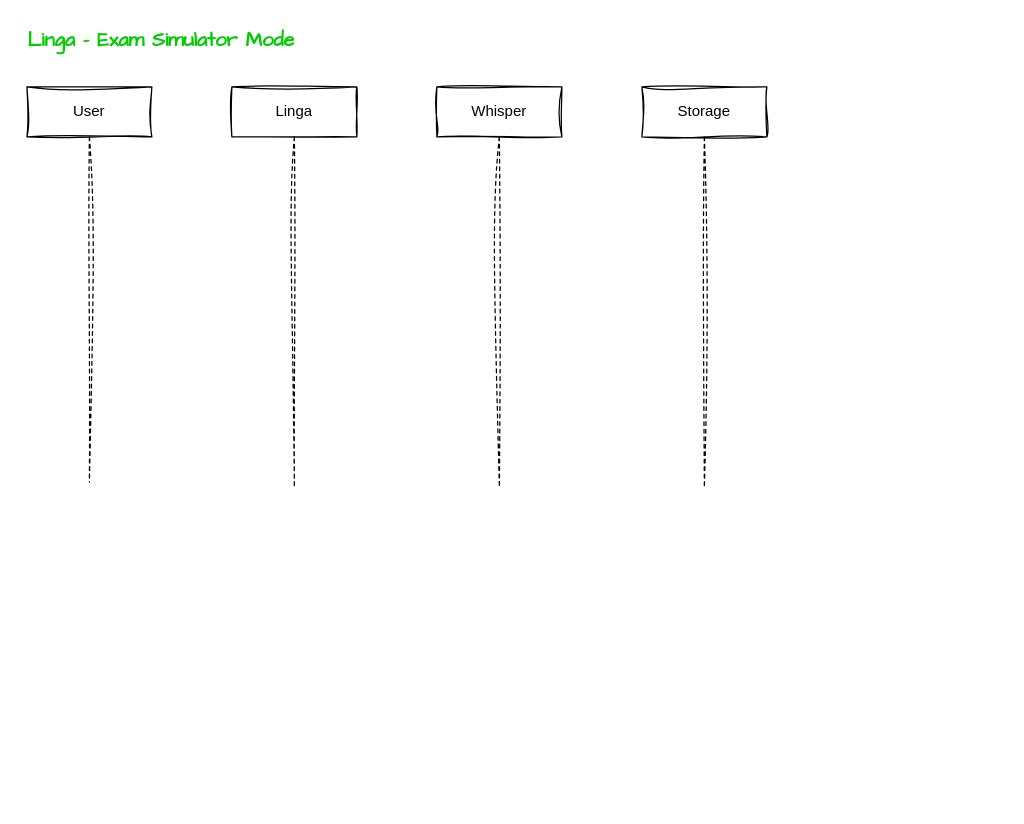
The draw.io diagram page "Exam Simulator Mode" (5 of 5) of docs/charts/system.drawio in dimastatz/linga, before the edit. Source tidied: cells renumbered, new cells numbered last; positions are measured from the earlier drawing's top-left corner, leaving out a move shared by most shapes. Both pictures are drawn from the tidied source at 125%, with x=0, y=0 at pixel (21, 21).
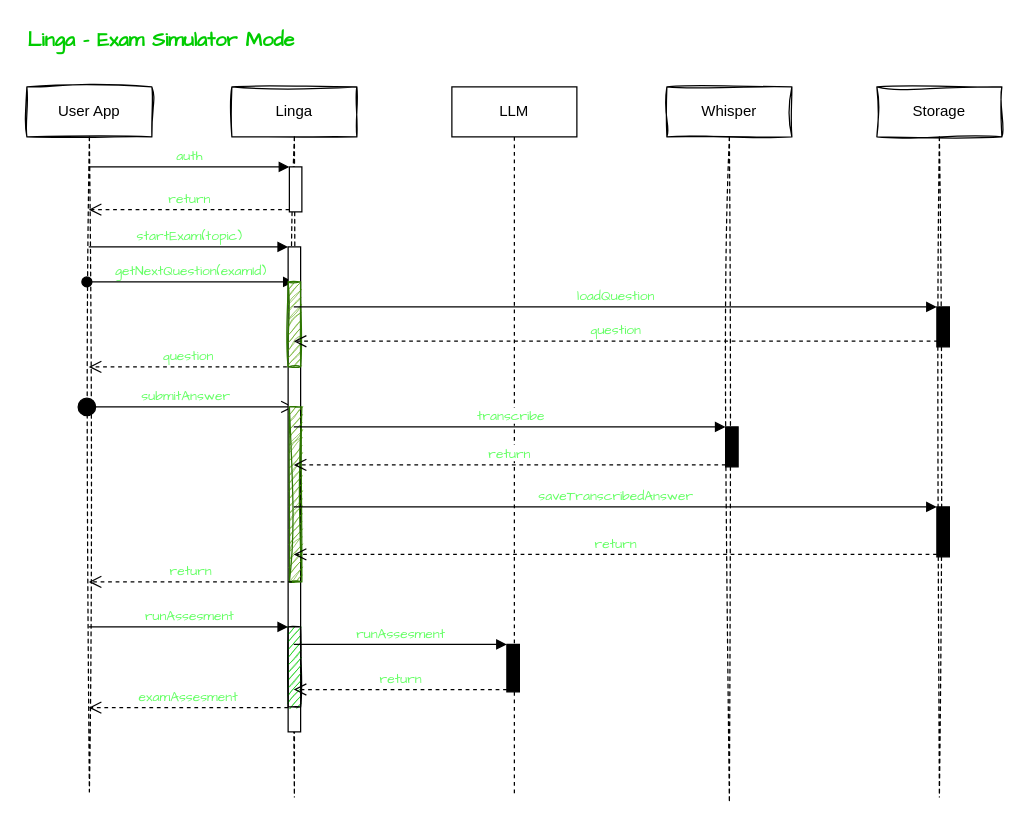
The same page after the edit.

Diff of the diagram source:
```diff
@@
-    <mxCell id="3" value="User" style="shape=umlLifeline;perimeter=lifelinePerimeter;whiteSpace=wrap;html=1;sketch=1;curveFitting=1;jiggle=2;" parent="1" vertex="1">
-      <mxGeometry x="4" y="52" width="100" height="316" as="geometry" />
-    </mxCell>
+    <mxCell id="7" value="User App" style="shape=umlLifeline;perimeter=lifelinePerimeter;whiteSpace=wrap;html=1;outlineConnect=0;sketch=1;curveFitting=1;jiggle=2;" parent="1" vertex="1">
+      <mxGeometry x="4" y="52" width="100" height="564" as="geometry" />
+    </mxCell>
+    <mxCell id="8" value="getNextQuestion(examId)" style="html=1;verticalAlign=bottom;startArrow=oval;startFill=1;endArrow=block;startSize=8;fontFamily=Comic Sans MS;fontColor=#66FF66;" parent="7" edge="1" target="4">
+      <mxGeometry relative="1" as="geometry">
+        <mxPoint x="48" y="156" as="sourcePoint" />
+      </mxGeometry>
+    </mxCell>
+    <mxCell id="9" value="submitAnswer" style="html=1;verticalAlign=bottom;startArrow=circle;startFill=1;endArrow=open;startSize=6;endSize=8;fontFamily=Comic Sans MS;fontColor=#66FF66;" parent="7" edge="1" target="4">
+      <mxGeometry relative="1" as="geometry">
+        <mxPoint x="40" y="256" as="sourcePoint" />
+      </mxGeometry>
+    </mxCell>
     <mxCell id="4" value="Linga" style="shape=umlLifeline;perimeter=lifelinePerimeter;whiteSpace=wrap;html=1;outlineConnect=0;sketch=1;curveFitting=1;jiggle=2;" parent="1" vertex="1">
-      <mxGeometry x="168" y="52" width="100" height="320" as="geometry" />
+      <mxGeometry x="168" y="52" width="100" height="568" as="geometry" />
     </mxCell>
+    <mxCell id="10" style="html=1;points=[];perimeter=orthogonalPerimeter;" parent="4" vertex="1">
+      <mxGeometry x="46" y="64" width="10" height="36" as="geometry" />
+    </mxCell>
+    <mxCell id="11" style="html=1;points=[];perimeter=orthogonalPerimeter;fontFamily=Comic Sans MS;fontColor=#66FF66;" parent="4" vertex="1">
+      <mxGeometry x="45" y="128" width="10" height="388" as="geometry" />
+    </mxCell>
+    <mxCell id="12" style="html=1;perimeter=orthogonalPerimeter;fontFamily=Comic Sans MS;fontColor=#ffffff;fillColor=#60a917;strokeColor=#2D7600;sketch=1;curveFitting=1;jiggle=2;" parent="4" vertex="1">
+      <mxGeometry x="45" y="156" width="10" height="68" as="geometry" />
+    </mxCell>
+    <mxCell id="13" style="html=1;perimeter=orthogonalPerimeter;fontFamily=Comic Sans MS;fontColor=#ffffff;fillColor=#60a917;strokeColor=#2D7600;sketch=1;curveFitting=1;jiggle=2;" parent="4" vertex="1">
+      <mxGeometry x="46" y="256" width="10" height="140" as="geometry" />
+    </mxCell>
+    <mxCell id="14" style="html=1;points=[];perimeter=orthogonalPerimeter;sketch=1;fontFamily=Comic Sans MS;fontColor=#66FF66;fillColor=#00CC00;" parent="4" vertex="1">
+      <mxGeometry x="45" y="432" width="10" height="64" as="geometry" />
+    </mxCell>
+    <mxCell id="15" value="LLM" style="shape=umlLifeline;perimeter=lifelinePerimeter;whiteSpace=wrap;html=1;" parent="1" vertex="1">
+      <mxGeometry x="344" y="52" width="100" height="568" as="geometry" />
+    </mxCell>
+    <mxCell id="16" style="html=1;points=[];perimeter=orthogonalPerimeter;fontFamily=Comic Sans MS;fontColor=#66FF66;fillColor=#000000;" parent="15" vertex="1">
+      <mxGeometry x="44" y="446" width="10" height="38" as="geometry" />
+    </mxCell>
     <mxCell id="5" value="Whisper" style="shape=umlLifeline;perimeter=lifelinePerimeter;whiteSpace=wrap;html=1;sketch=1;curveFitting=1;jiggle=2;" parent="1" vertex="1">
-      <mxGeometry x="332" y="52" width="100" height="320" as="geometry" />
+      <mxGeometry x="516" y="52" width="100" height="572" as="geometry" />
     </mxCell>
+    <mxCell id="17" style="html=1;points=[];perimeter=orthogonalPerimeter;fontFamily=Comic Sans MS;fontColor=#66FF66;fillColor=#000000;" parent="5" vertex="1">
+      <mxGeometry x="47" y="272" width="10" height="32" as="geometry" />
+    </mxCell>
     <mxCell id="6" value="Storage" style="shape=umlLifeline;perimeter=lifelinePerimeter;whiteSpace=wrap;html=1;sketch=1;curveFitting=1;jiggle=2;" parent="1" vertex="1">
-      <mxGeometry x="496" y="52" width="100" height="320" as="geometry" />
+      <mxGeometry x="684" y="52" width="100" height="568" as="geometry" />
     </mxCell>
+    <mxCell id="18" style="html=1;points=[];perimeter=orthogonalPerimeter;fontFamily=Comic Sans MS;fontColor=#66FF66;fillColor=#000000;" parent="6" vertex="1">
+      <mxGeometry x="48" y="176" width="10" height="32" as="geometry" />
+    </mxCell>
+    <mxCell id="19" style="html=1;points=[];perimeter=orthogonalPerimeter;fontFamily=Comic Sans MS;fontColor=#66FF66;fillColor=#000000;" parent="6" vertex="1">
+      <mxGeometry x="48" y="336" width="10" height="40" as="geometry" />
+    </mxCell>
+    <mxCell id="20" value="return" style="html=1;verticalAlign=bottom;endArrow=open;dashed=1;endSize=8;exitX=0;exitY=0.95;fontFamily=Comic Sans MS;fontColor=#66FF66;" parent="1" edge="1" source="10" target="7">
+      <mxGeometry relative="1" as="geometry" />
+    </mxCell>
+    <mxCell id="21" value="auth" style="html=1;verticalAlign=bottom;endArrow=block;entryX=0;entryY=0;fontFamily=Comic Sans MS;fontColor=#66FF66;" parent="1" edge="1" source="7" target="10">
+      <mxGeometry relative="1" as="geometry" />
+    </mxCell>
+    <mxCell id="22" value="startExam(topic)" style="html=1;verticalAlign=bottom;endArrow=block;entryX=0;entryY=0;fontFamily=Comic Sans MS;fontColor=#66FF66;" parent="1" edge="1" source="7" target="11">
+      <mxGeometry relative="1" as="geometry" />
+    </mxCell>
+    <mxCell id="23" value="examAssesment" style="html=1;verticalAlign=bottom;endArrow=open;dashed=1;endSize=8;exitX=0;exitY=0.95;fontFamily=Comic Sans MS;fontColor=#66FF66;" parent="1" edge="1" source="11" target="7">
+      <mxGeometry relative="1" as="geometry" />
+    </mxCell>
+    <mxCell id="24" value="loadQuestion" style="html=1;verticalAlign=bottom;endArrow=block;entryX=0;entryY=0;fontFamily=Comic Sans MS;fontColor=#66FF66;" parent="1" edge="1" source="4" target="18">
+      <mxGeometry relative="1" as="geometry" />
+    </mxCell>
+    <mxCell id="25" value="question" style="html=1;verticalAlign=bottom;endArrow=open;dashed=1;endSize=8;fontFamily=Comic Sans MS;fontColor=#66FF66;exitX=0.084;exitY=0.859;exitDx=0;exitDy=0;exitPerimeter=0;" parent="1" edge="1" source="18" target="4">
+      <mxGeometry relative="1" as="geometry" />
+    </mxCell>
+    <mxCell id="26" value="question" style="html=1;verticalAlign=bottom;endArrow=open;dashed=1;endSize=8;fontFamily=Comic Sans MS;fontColor=#66FF66;" parent="1" edge="1" target="7">
+      <mxGeometry relative="1" as="geometry">
+        <mxPoint x="212" y="276" as="sourcePoint" />
+      </mxGeometry>
+    </mxCell>
+    <mxCell id="27" value="transcribe" style="html=1;verticalAlign=bottom;endArrow=block;entryX=0;entryY=0;fontFamily=Comic Sans MS;fontColor=#66FF66;" parent="1" edge="1" source="4" target="17">
+      <mxGeometry relative="1" as="geometry" />
+    </mxCell>
+    <mxCell id="28" value="return" style="html=1;verticalAlign=bottom;endArrow=open;dashed=1;endSize=8;exitX=0;exitY=0.95;fontFamily=Comic Sans MS;fontColor=#66FF66;" parent="1" edge="1" source="17" target="4">
+      <mxGeometry relative="1" as="geometry" />
+    </mxCell>
+    <mxCell id="29" value="return" style="html=1;verticalAlign=bottom;endArrow=open;dashed=1;endSize=8;exitX=0;exitY=0.95;fontFamily=Comic Sans MS;fontColor=#66FF66;" parent="1" edge="1" source="19" target="4">
+      <mxGeometry relative="1" as="geometry" />
+    </mxCell>
+    <mxCell id="30" value="saveTranscribedAnswer" style="html=1;verticalAlign=bottom;endArrow=block;entryX=0;entryY=0;fontFamily=Comic Sans MS;fontColor=#66FF66;" parent="1" edge="1" source="4" target="19">
+      <mxGeometry relative="1" as="geometry" />
+    </mxCell>
+    <mxCell id="31" value="return" style="html=1;verticalAlign=bottom;endArrow=open;dashed=1;endSize=8;fontFamily=Comic Sans MS;fontColor=#66FF66;" parent="1" edge="1" target="7">
+      <mxGeometry relative="1" as="geometry">
+        <mxPoint x="216" y="448" as="sourcePoint" />
+      </mxGeometry>
+    </mxCell>
+    <mxCell id="32" value="runAssesment" style="html=1;verticalAlign=bottom;endArrow=block;entryX=0;entryY=0;fontFamily=Comic Sans MS;fontColor=#66FF66;" parent="1" edge="1" source="7" target="14">
+      <mxGeometry relative="1" as="geometry" />
+    </mxCell>
+    <mxCell id="33" value="return" style="html=1;verticalAlign=bottom;endArrow=open;dashed=1;endSize=8;exitX=0;exitY=0.95;fontFamily=Comic Sans MS;fontColor=#66FF66;" parent="1" edge="1" source="16" target="4">
+      <mxGeometry relative="1" as="geometry" />
+    </mxCell>
+    <mxCell id="34" value="runAssesment" style="html=1;verticalAlign=bottom;endArrow=block;entryX=0;entryY=0;fontFamily=Comic Sans MS;fontColor=#66FF66;" parent="1" edge="1" source="4" target="16">
+      <mxGeometry relative="1" as="geometry" />
+    </mxCell>
```
